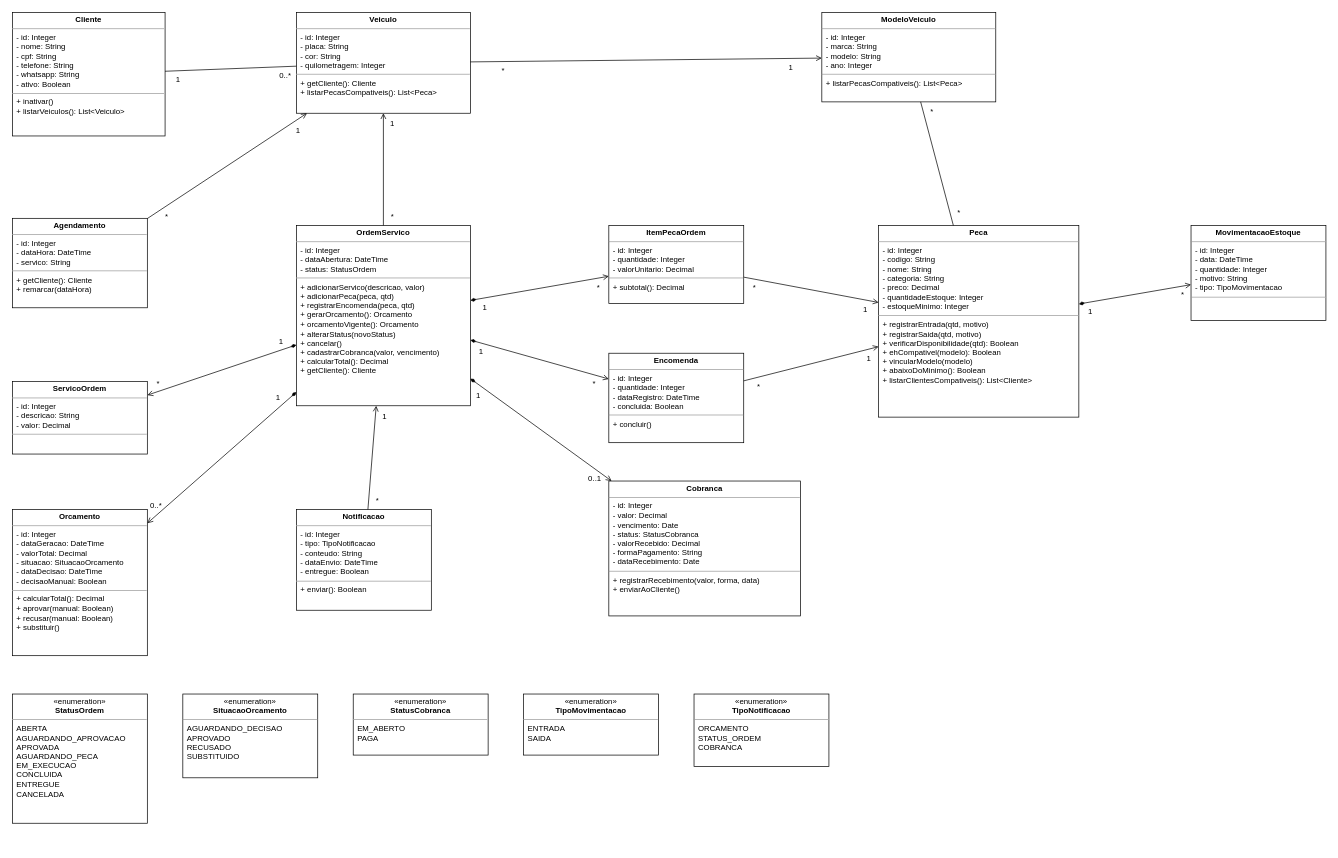
The draw.io diagram documentation/diagrams/diagrama_classes_dominio.drawio in VictorAGalvan/Gerenciador-de-oficina-mecanica, before the edit. Source tidied: cells renumbered, new cells numbered last; positions are measured from the earlier drawing's top-left corner, leaving out a move shared by most shapes. Both pictures are drawn from the tidied source at 71%, with x=0, y=0 at pixel (12, 12).
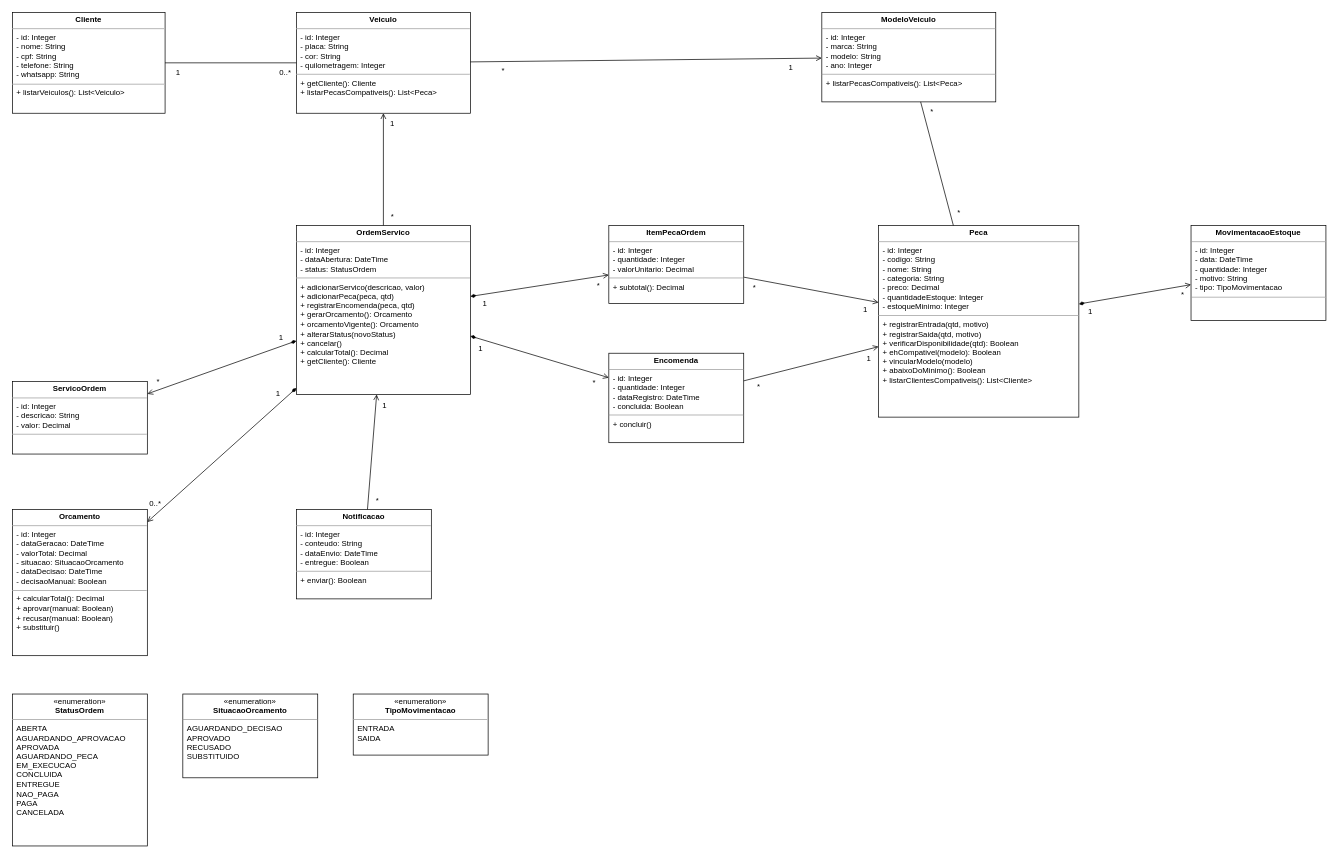
After the change.

Unchanged cells that the change refers to:
```xml
<mxCell id="3" value="&lt;p style=&quot;margin:0px;margin-top:4px;text-align:center;&quot;&gt;&lt;b&gt;Veiculo&lt;/b&gt;&lt;/p&gt;&lt;hr size=&quot;1&quot;/&gt;&lt;p style=&quot;margin:0px;margin-left:6px;&quot;&gt;- id: Integer&lt;br/&gt;- placa: String&lt;br/&gt;- cor: String&lt;br/&gt;- quilometragem: Integer&lt;/p&gt;&lt;hr size=&quot;1&quot;/&gt;&lt;p style=&quot;margin:0px;margin-left:6px;&quot;&gt;+ getCliente(): Cliente&lt;br/&gt;+ listarPecasCompativeis(): List&amp;lt;Peca&amp;gt;&lt;/p&gt;" style="verticalAlign=top;align=left;overflow=fill;fontSize=11;fontFamily=Helvetica;html=1;whiteSpace=wrap;" parent="1" vertex="1">
  <mxGeometry x="400" width="245" height="142" as="geometry" />
</mxCell>
```

What changed in the source:
```diff
@@
-    <mxCell id="2" value="&lt;p style=&quot;margin:0px;margin-top:4px;text-align:center;&quot;&gt;&lt;b&gt;Cliente&lt;/b&gt;&lt;/p&gt;&lt;hr size=&quot;1&quot;/&gt;&lt;p style=&quot;margin:0px;margin-left:6px;&quot;&gt;- id: Integer&lt;br/&gt;- nome: String&lt;br/&gt;- cpf: String&lt;br/&gt;- telefone: String&lt;br/&gt;- whatsapp: String&lt;br/&gt;- ativo: Boolean&lt;/p&gt;&lt;hr size=&quot;1&quot;/&gt;&lt;p style=&quot;margin:0px;margin-left:6px;&quot;&gt;+ inativar()&lt;br/&gt;+ listarVeiculos(): List&amp;lt;Veiculo&amp;gt;&lt;/p&gt;" style="verticalAlign=top;align=left;overflow=fill;fontSize=11;fontFamily=Helvetica;html=1;whiteSpace=wrap;" parent="1" vertex="1">
-      <mxGeometry width="215" height="174" as="geometry" />
+    <mxCell id="2" value="&lt;p style=&quot;margin:0px;margin-top:4px;text-align:center;&quot;&gt;&lt;b&gt;Cliente&lt;/b&gt;&lt;/p&gt;&lt;hr size=&quot;1&quot;/&gt;&lt;p style=&quot;margin:0px;margin-left:6px;&quot;&gt;- id: Integer&lt;br/&gt;- nome: String&lt;br/&gt;- cpf: String&lt;br/&gt;- telefone: String&lt;br/&gt;- whatsapp: String&lt;/p&gt;&lt;hr size=&quot;1&quot;/&gt;&lt;p style=&quot;margin:0px;margin-left:6px;&quot;&gt;+ listarVeiculos(): List&amp;lt;Veiculo&amp;gt;&lt;/p&gt;" style="verticalAlign=top;align=left;overflow=fill;fontSize=11;fontFamily=Helvetica;html=1;whiteSpace=wrap;" parent="1" vertex="1">
+      <mxGeometry width="215" height="142" as="geometry" />
     </mxCell>
@@
-    <mxCell id="5" value="&lt;p style=&quot;margin:0px;margin-top:4px;text-align:center;&quot;&gt;&lt;b&gt;Agendamento&lt;/b&gt;&lt;/p&gt;&lt;hr size=&quot;1&quot;/&gt;&lt;p style=&quot;margin:0px;margin-left:6px;&quot;&gt;- id: Integer&lt;br/&gt;- dataHora: DateTime&lt;br/&gt;- servico: String&lt;/p&gt;&lt;hr size=&quot;1&quot;/&gt;&lt;p style=&quot;margin:0px;margin-left:6px;&quot;&gt;+ getCliente(): Cliente&lt;br/&gt;+ remarcar(dataHora)&lt;/p&gt;" style="verticalAlign=top;align=left;overflow=fill;fontSize=11;fontFamily=Helvetica;html=1;whiteSpace=wrap;" parent="1" vertex="1">
-      <mxGeometry y="290" width="190" height="126" as="geometry" />
-    </mxCell>
-    <mxCell id="6" value="&lt;p style=&quot;margin:0px;margin-top:4px;text-align:center;&quot;&gt;&lt;b&gt;OrdemServico&lt;/b&gt;&lt;/p&gt;&lt;hr size=&quot;1&quot;/&gt;&lt;p style=&quot;margin:0px;margin-left:6px;&quot;&gt;- id: Integer&lt;br/&gt;- dataAbertura: DateTime&lt;br/&gt;- status: StatusOrdem&lt;/p&gt;&lt;hr size=&quot;1&quot;/&gt;&lt;p style=&quot;margin:0px;margin-left:6px;&quot;&gt;+ adicionarServico(descricao, valor)&lt;br/&gt;+ adicionarPeca(peca, qtd)&lt;br/&gt;+ registrarEncomenda(peca, qtd)&lt;br/&gt;+ gerarOrcamento(): Orcamento&lt;br/&gt;+ orcamentoVigente(): Orcamento&lt;br/&gt;+ alterarStatus(novoStatus)&lt;br/&gt;+ cancelar()&lt;br/&gt;+ cadastrarCobranca(valor, vencimento)&lt;br/&gt;+ calcularTotal(): Decimal&lt;br/&gt;+ getCliente(): Cliente&lt;/p&gt;" style="verticalAlign=top;align=left;overflow=fill;fontSize=11;fontFamily=Helvetica;html=1;whiteSpace=wrap;" parent="1" vertex="1">
-      <mxGeometry x="400" y="300" width="245" height="254" as="geometry" />
+    <mxCell id="6" value="&lt;p style=&quot;margin:0px;margin-top:4px;text-align:center;&quot;&gt;&lt;b&gt;OrdemServico&lt;/b&gt;&lt;/p&gt;&lt;hr size=&quot;1&quot;/&gt;&lt;p style=&quot;margin:0px;margin-left:6px;&quot;&gt;- id: Integer&lt;br/&gt;- dataAbertura: DateTime&lt;br/&gt;- status: StatusOrdem&lt;/p&gt;&lt;hr size=&quot;1&quot;/&gt;&lt;p style=&quot;margin:0px;margin-left:6px;&quot;&gt;+ adicionarServico(descricao, valor)&lt;br/&gt;+ adicionarPeca(peca, qtd)&lt;br/&gt;+ registrarEncomenda(peca, qtd)&lt;br/&gt;+ gerarOrcamento(): Orcamento&lt;br/&gt;+ orcamentoVigente(): Orcamento&lt;br/&gt;+ alterarStatus(novoStatus)&lt;br/&gt;+ cancelar()&lt;br/&gt;+ calcularTotal(): Decimal&lt;br/&gt;+ getCliente(): Cliente&lt;/p&gt;" style="verticalAlign=top;align=left;overflow=fill;fontSize=11;fontFamily=Helvetica;html=1;whiteSpace=wrap;" parent="1" vertex="1">
+      <mxGeometry x="400" y="300" width="245" height="238" as="geometry" />
     </mxCell>
@@
-    <mxCell id="9" value="&lt;p style=&quot;margin:0px;margin-top:4px;text-align:center;&quot;&gt;&lt;b&gt;Notificacao&lt;/b&gt;&lt;/p&gt;&lt;hr size=&quot;1&quot;/&gt;&lt;p style=&quot;margin:0px;margin-left:6px;&quot;&gt;- id: Integer&lt;br/&gt;- tipo: TipoNotificacao&lt;br/&gt;- conteudo: String&lt;br/&gt;- dataEnvio: DateTime&lt;br/&gt;- entregue: Boolean&lt;/p&gt;&lt;hr size=&quot;1&quot;/&gt;&lt;p style=&quot;margin:0px;margin-left:6px;&quot;&gt;+ enviar(): Boolean&lt;/p&gt;" style="verticalAlign=top;align=left;overflow=fill;fontSize=11;fontFamily=Helvetica;html=1;whiteSpace=wrap;" parent="1" vertex="1">
-      <mxGeometry x="400" y="700" width="190" height="142" as="geometry" />
+    <mxCell id="9" value="&lt;p style=&quot;margin:0px;margin-top:4px;text-align:center;&quot;&gt;&lt;b&gt;Notificacao&lt;/b&gt;&lt;/p&gt;&lt;hr size=&quot;1&quot;/&gt;&lt;p style=&quot;margin:0px;margin-left:6px;&quot;&gt;- id: Integer&lt;br/&gt;- conteudo: String&lt;br/&gt;- dataEnvio: DateTime&lt;br/&gt;- entregue: Boolean&lt;/p&gt;&lt;hr size=&quot;1&quot;/&gt;&lt;p style=&quot;margin:0px;margin-left:6px;&quot;&gt;+ enviar(): Boolean&lt;/p&gt;" style="verticalAlign=top;align=left;overflow=fill;fontSize=11;fontFamily=Helvetica;html=1;whiteSpace=wrap;" parent="1" vertex="1">
+      <mxGeometry x="400" y="700" width="190" height="126" as="geometry" />
     </mxCell>
@@
-    <mxCell id="12" value="&lt;p style=&quot;margin:0px;margin-top:4px;text-align:center;&quot;&gt;&lt;b&gt;Cobranca&lt;/b&gt;&lt;/p&gt;&lt;hr size=&quot;1&quot;/&gt;&lt;p style=&quot;margin:0px;margin-left:6px;&quot;&gt;- id: Integer&lt;br/&gt;- valor: Decimal&lt;br/&gt;- vencimento: Date&lt;br/&gt;- status: StatusCobranca&lt;br/&gt;- valorRecebido: Decimal&lt;br/&gt;- formaPagamento: String&lt;br/&gt;- dataRecebimento: Date&lt;/p&gt;&lt;hr size=&quot;1&quot;/&gt;&lt;p style=&quot;margin:0px;margin-left:6px;&quot;&gt;+ registrarRecebimento(valor, forma, data)&lt;br/&gt;+ enviarAoCliente()&lt;/p&gt;" style="verticalAlign=top;align=left;overflow=fill;fontSize=11;fontFamily=Helvetica;html=1;whiteSpace=wrap;" parent="1" vertex="1">
-      <mxGeometry x="840" y="660" width="270" height="190" as="geometry" />
-    </mxCell>
@@
-    <mxCell id="15" value="&lt;p style=&quot;margin:0px;margin-top:4px;text-align:center;&quot;&gt;«enumeration»&lt;br/&gt;&lt;b&gt;StatusOrdem&lt;/b&gt;&lt;/p&gt;&lt;hr size=&quot;1&quot;/&gt;&lt;p style=&quot;margin:0px;margin-left:6px;&quot;&gt;ABERTA&lt;br/&gt;AGUARDANDO_APROVACAO&lt;br/&gt;APROVADA&lt;br/&gt;AGUARDANDO_PECA&lt;br/&gt;EM_EXECUCAO&lt;br/&gt;CONCLUIDA&lt;br/&gt;ENTREGUE&lt;br/&gt;CANCELADA&lt;/p&gt;" style="verticalAlign=top;align=left;overflow=fill;fontSize=11;fontFamily=Helvetica;html=1;whiteSpace=wrap;" parent="1" vertex="1">
-      <mxGeometry y="960" width="190" height="182" as="geometry" />
+    <mxCell id="15" value="&lt;p style=&quot;margin:0px;margin-top:4px;text-align:center;&quot;&gt;«enumeration»&lt;br/&gt;&lt;b&gt;StatusOrdem&lt;/b&gt;&lt;/p&gt;&lt;hr size=&quot;1&quot;/&gt;&lt;p style=&quot;margin:0px;margin-left:6px;&quot;&gt;ABERTA&lt;br/&gt;AGUARDANDO_APROVACAO&lt;br/&gt;APROVADA&lt;br/&gt;AGUARDANDO_PECA&lt;br/&gt;EM_EXECUCAO&lt;br/&gt;CONCLUIDA&lt;br/&gt;ENTREGUE&lt;br/&gt;NAO_PAGA&lt;br/&gt;PAGA&lt;br/&gt;CANCELADA&lt;/p&gt;" style="verticalAlign=top;align=left;overflow=fill;fontSize=11;fontFamily=Helvetica;html=1;whiteSpace=wrap;" parent="1" vertex="1">
+      <mxGeometry y="960" width="190" height="214" as="geometry" />
     </mxCell>
@@
-    <mxCell id="17" value="&lt;p style=&quot;margin:0px;margin-top:4px;text-align:center;&quot;&gt;«enumeration»&lt;br/&gt;&lt;b&gt;StatusCobranca&lt;/b&gt;&lt;/p&gt;&lt;hr size=&quot;1&quot;/&gt;&lt;p style=&quot;margin:0px;margin-left:6px;&quot;&gt;EM_ABERTO&lt;br/&gt;PAGA&lt;/p&gt;" style="verticalAlign=top;align=left;overflow=fill;fontSize=11;fontFamily=Helvetica;html=1;whiteSpace=wrap;" parent="1" vertex="1">
-      <mxGeometry x="480" y="960" width="190" height="86" as="geometry" />
-    </mxCell>
     <mxCell id="18" value="&lt;p style=&quot;margin:0px;margin-top:4px;text-align:center;&quot;&gt;«enumeration»&lt;br/&gt;&lt;b&gt;TipoMovimentacao&lt;/b&gt;&lt;/p&gt;&lt;hr size=&quot;1&quot;/&gt;&lt;p style=&quot;margin:0px;margin-left:6px;&quot;&gt;ENTRADA&lt;br/&gt;SAIDA&lt;/p&gt;" style="verticalAlign=top;align=left;overflow=fill;fontSize=11;fontFamily=Helvetica;html=1;whiteSpace=wrap;" parent="1" vertex="1">
-      <mxGeometry x="720" y="960" width="190" height="86" as="geometry" />
+      <mxGeometry x="480" y="960" width="190" height="86" as="geometry" />
     </mxCell>
-    <mxCell id="19" value="&lt;p style=&quot;margin:0px;margin-top:4px;text-align:center;&quot;&gt;«enumeration»&lt;br/&gt;&lt;b&gt;TipoNotificacao&lt;/b&gt;&lt;/p&gt;&lt;hr size=&quot;1&quot;/&gt;&lt;p style=&quot;margin:0px;margin-left:6px;&quot;&gt;ORCAMENTO&lt;br/&gt;STATUS_ORDEM&lt;br/&gt;COBRANCA&lt;/p&gt;" style="verticalAlign=top;align=left;overflow=fill;fontSize=11;fontFamily=Helvetica;html=1;whiteSpace=wrap;" parent="1" vertex="1">
-      <mxGeometry x="960" y="960" width="190" height="102" as="geometry" />
-    </mxCell>
@@
-    <mxCell id="35" style="endArrow=open;endFill=0;html=1;rounded=0;fontSize=11;labelBackgroundColor=#ffffff;" parent="1" edge="1" source="5" target="3">
-      <mxGeometry relative="1" as="geometry" />
-    </mxCell>
-    <mxCell id="36" value="*" style="edgeLabel;html=1;align=center;verticalAlign=middle;fontSize=11;labelBackgroundColor=#ffffff;" parent="35" vertex="1">
-      <mxGeometry x="-0.82" y="-12" relative="1" as="geometry" />
-    </mxCell>
-    <mxCell id="37" value="1" style="edgeLabel;html=1;align=center;verticalAlign=middle;fontSize=11;labelBackgroundColor=#ffffff;" parent="35" vertex="1">
-      <mxGeometry x="0.82" y="-12" relative="1" as="geometry" />
-    </mxCell>
@@
-    <mxCell id="50" style="startArrow=diamondThin;startFill=1;endArrow=open;endFill=0;html=1;rounded=0;fontSize=11;labelBackgroundColor=#ffffff;" parent="1" edge="1" source="6" target="12">
-      <mxGeometry relative="1" as="geometry" />
-    </mxCell>
-    <mxCell id="51" value="1" style="edgeLabel;html=1;align=center;verticalAlign=middle;fontSize=11;labelBackgroundColor=#ffffff;" parent="50" vertex="1">
-      <mxGeometry x="-0.82" y="-12" relative="1" as="geometry" />
-    </mxCell>
-    <mxCell id="52" value="0..1" style="edgeLabel;html=1;align=center;verticalAlign=middle;fontSize=11;labelBackgroundColor=#ffffff;" parent="50" vertex="1">
-      <mxGeometry x="0.82" y="-12" relative="1" as="geometry" />
-    </mxCell>
```
